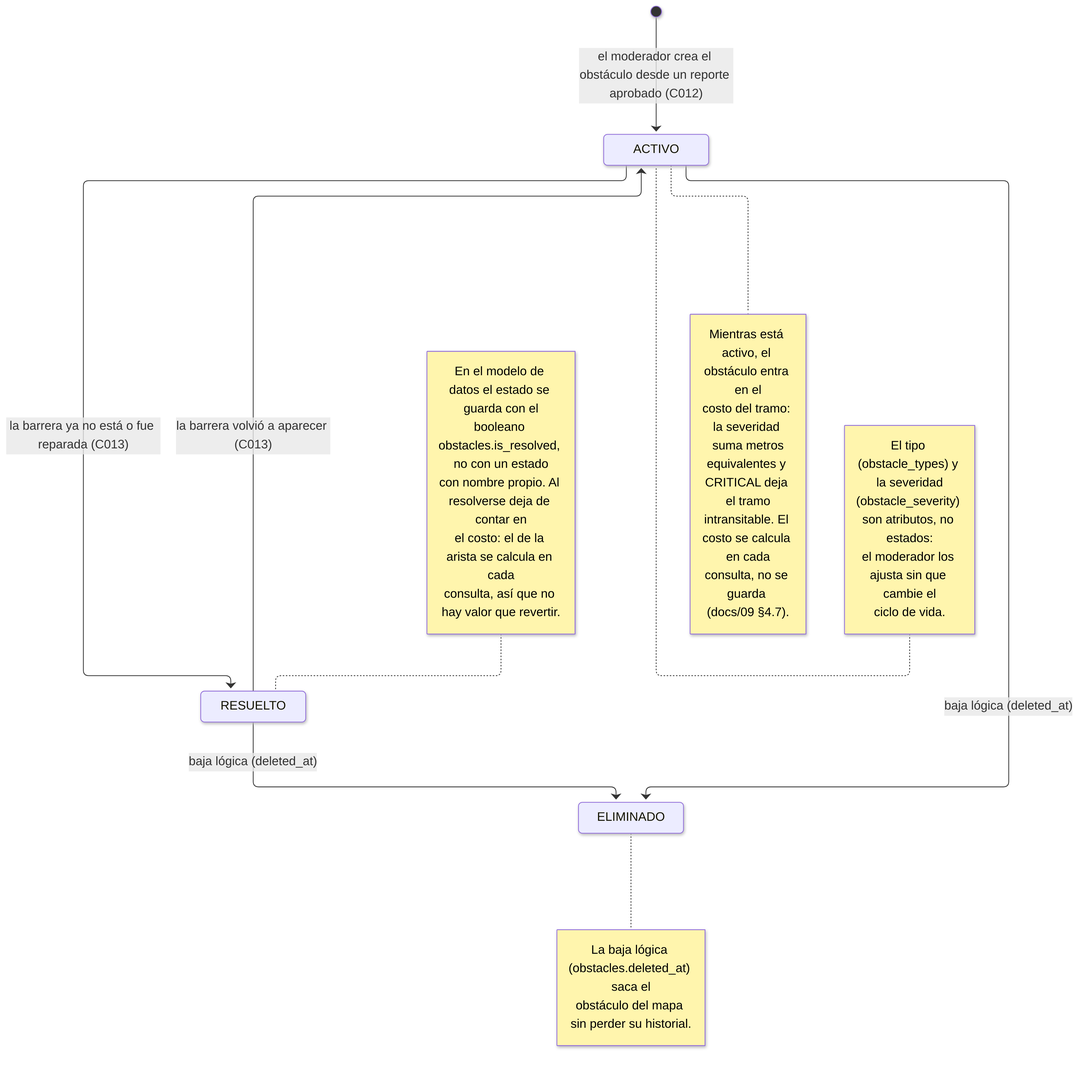
Above: docs/diagrams/imgs/05-est-obstaculo.png in BLP-Technologies/rodando-x-mza (Mermaid), before the change. Its source is kept beside it as docs/diagrams/05-est-obstaculo.mmd.
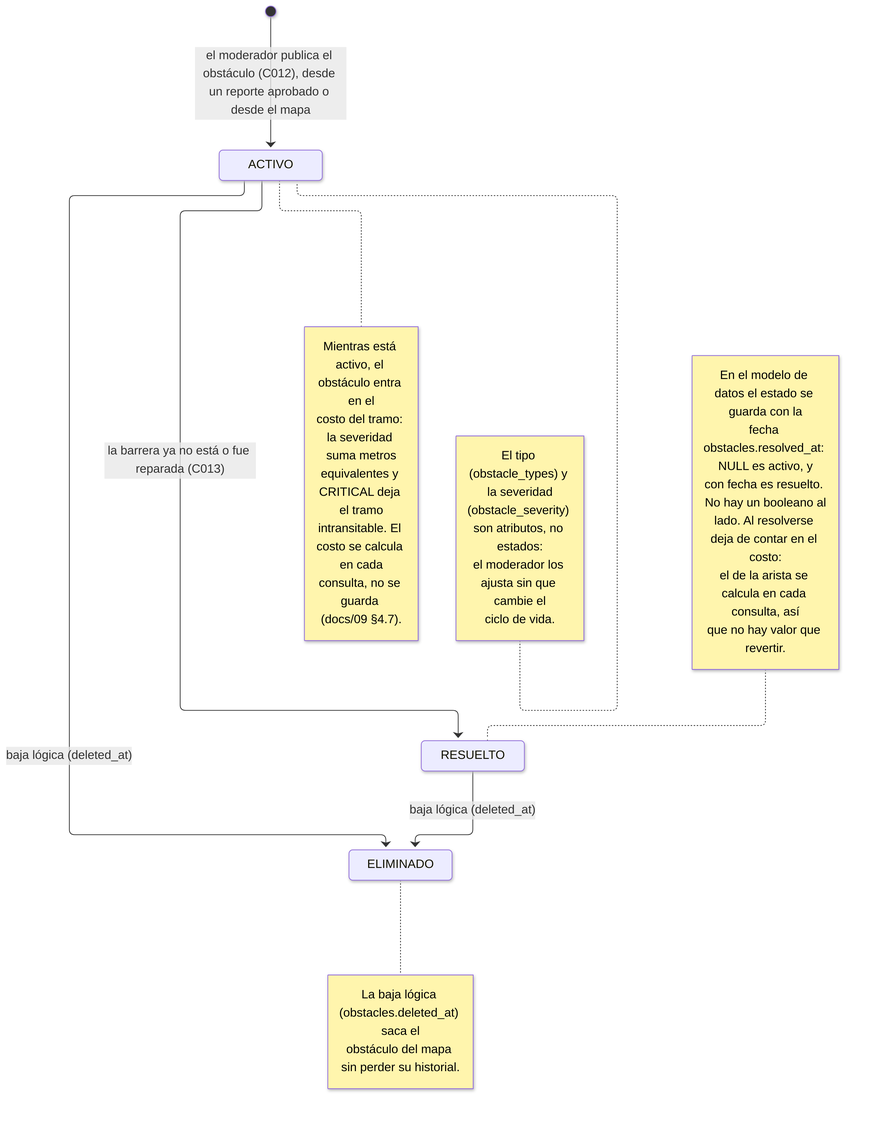
Later version of the same file.

Diff of the diagram source:
```diff
@@ -1,15 +1,14 @@
 stateDiagram-v2
     accTitle: Ciclo de vida del obstáculo
-    accDescr: Estados del obstáculo que el moderador crea en el mapa a partir de un reporte aprobado, y su efecto sobre el costo del tramo afectado en el cálculo de recorridos accesibles.
+    accDescr: Estados del obstáculo que el moderador publica en el mapa —desde un reporte aprobado o desde la pantalla de obstáculos— y su efecto sobre el costo del tramo afectado en el cálculo de recorridos accesibles.
 
     state "ACTIVO" as ACTIVE
     state "RESUELTO" as RESOLVED
     state "ELIMINADO" as DELETED
 
-    [*] --> ACTIVE: el moderador crea el obstáculo desde un reporte aprobado (C012)
+    [*] --> ACTIVE: el moderador publica el obstáculo (C012), desde un reporte aprobado o desde el mapa
 
     ACTIVE --> RESOLVED: la barrera ya no está o fue reparada (C013)
-    RESOLVED --> ACTIVE: la barrera volvió a aparecer (C013)
     ACTIVE --> DELETED: baja lógica (deleted_at)
     RESOLVED --> DELETED: baja lógica (deleted_at)
 
@@ -29,11 +28,12 @@
     end note
 
     note left of RESOLVED
-        En el modelo de datos el estado se guarda con el
-        booleano obstacles.is_resolved, no con un estado
-        con nombre propio. Al resolverse deja de contar en
-        el costo: el de la arista se calcula en cada
-        consulta, así que no hay valor que revertir.
+        En el modelo de datos el estado se guarda con la
+        fecha obstacles.resolved_at: NULL es activo, y
+        con fecha es resuelto. No hay un booleano al
+        lado. Al resolverse deja de contar en el costo:
+        el de la arista se calcula en cada consulta, así
+        que no hay valor que revertir.
     end note
 
     note right of DELETED
```
